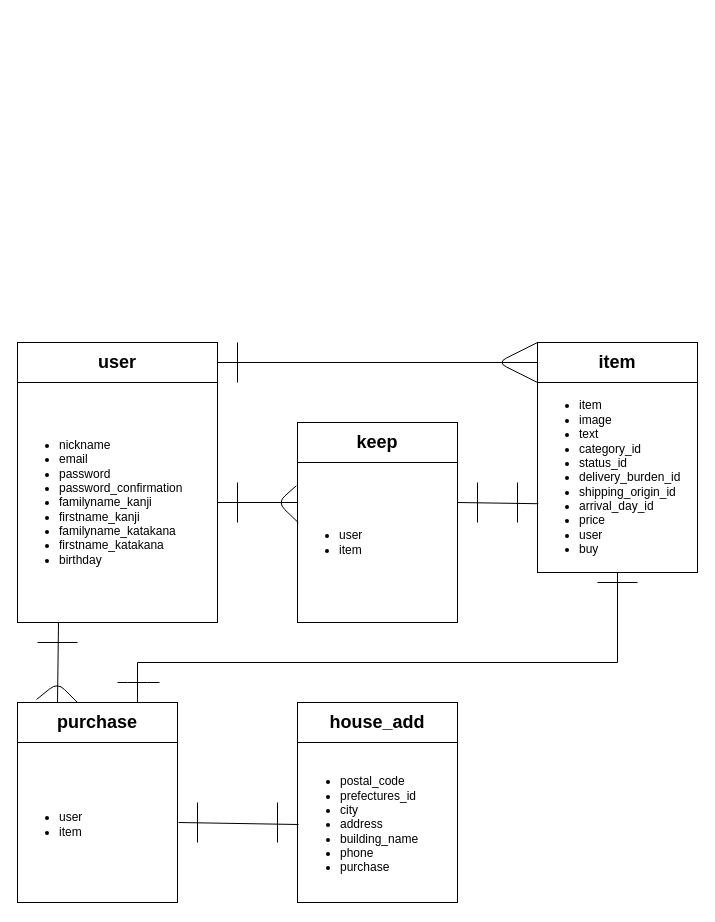
Before: furima.drawio in teruan777/furima_28422, a draw.io diagram. Source tidied: cells renumbered, new cells numbered last; positions are measured from the earlier drawing's top-left corner, leaving out a move shared by most shapes. Both pictures are drawn from the tidied source at 100%, with x=0, y=0 at pixel (17, 342).
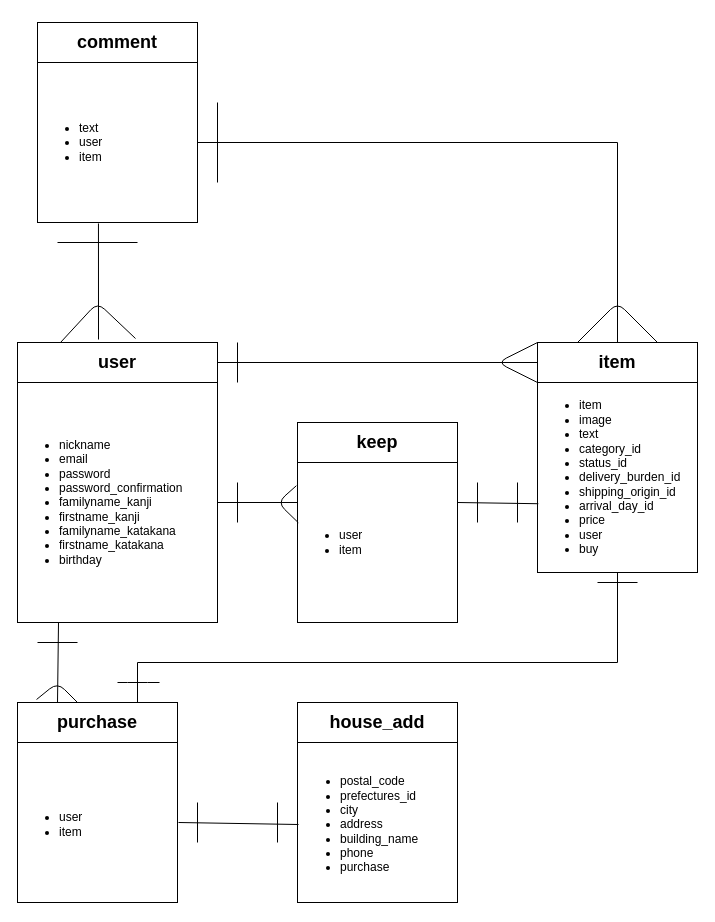
Above is the later version.

Commit message (it also covers changes not shown here):
コメント設計図作成

The change refers to these unchanged cells:
```xml
<mxCell id="5" value="&lt;h2&gt;user&lt;/h2&gt;" style="rounded=0;whiteSpace=wrap;html=1;" parent="1" vertex="1">
  <mxGeometry width="200" height="40" as="geometry" />
</mxCell>
<mxCell id="6" value="&lt;h2&gt;item&lt;/h2&gt;" style="rounded=0;whiteSpace=wrap;html=1;" parent="1" vertex="1">
  <mxGeometry x="520" width="160" height="40" as="geometry" />
</mxCell>
```

The edit, as a diff of the source:
```diff
@@
+    <mxCell id="37" value="&lt;h2&gt;comment&lt;/h2&gt;" style="rounded=0;whiteSpace=wrap;html=1;" parent="1" vertex="1">
+      <mxGeometry x="20" y="-320" width="160" height="40" as="geometry" />
+    </mxCell>
+    <mxCell id="38" style="rounded=0;whiteSpace=wrap;html=1;" parent="1" vertex="1">
+      <mxGeometry x="20" y="-280" width="160" height="160" as="geometry" />
+    </mxCell>
+    <mxCell id="39" value="&lt;ul&gt;&lt;li&gt;text&lt;/li&gt;&lt;li&gt;user&lt;/li&gt;&lt;li&gt;item&lt;/li&gt;&lt;/ul&gt;" style="text;strokeColor=none;fillColor=none;html=1;whiteSpace=wrap;verticalAlign=middle;overflow=hidden;" parent="1" vertex="1">
+      <mxGeometry x="20" y="-280" width="160" height="160" as="geometry" />
+    </mxCell>
+    <mxCell id="40" style="endArrow=none;html=1;entryX=0.381;entryY=1.006;entryDx=0;entryDy=0;entryPerimeter=0;exitX=0.405;exitY=-0.075;exitDx=0;exitDy=0;exitPerimeter=0;" parent="1" edge="1" source="5" target="39">
+      <mxGeometry relative="1" as="geometry" />
+    </mxCell>
+    <mxCell id="41" style="endArrow=none;html=1;entryX=1;entryY=0.5;entryDx=0;entryDy=0;" parent="1" edge="1" target="39">
+      <mxGeometry relative="1" as="geometry">
+        <mxPoint x="600" y="-200" as="sourcePoint" />
+      </mxGeometry>
+    </mxCell>
+    <mxCell id="42" style="endArrow=none;html=1;exitX=0.5;exitY=0;exitDx=0;exitDy=0;" parent="1" edge="1" source="6">
+      <mxGeometry relative="1" as="geometry">
+        <mxPoint x="600" y="-200" as="targetPoint" />
+      </mxGeometry>
+    </mxCell>
+    <mxCell id="43" style="endArrow=none;html=1;entryX=0.215;entryY=0;entryDx=0;entryDy=0;entryPerimeter=0;exitX=0.59;exitY=-0.1;exitDx=0;exitDy=0;exitPerimeter=0;" parent="1" edge="1" source="5" target="5">
+      <mxGeometry relative="1" as="geometry">
+        <Array as="points">
+          <mxPoint x="80" y="-40" />
+        </Array>
+      </mxGeometry>
+    </mxCell>
+    <mxCell id="44" style="endArrow=none;html=1;entryX=0.75;entryY=0;entryDx=0;entryDy=0;exitX=0.25;exitY=0;exitDx=0;exitDy=0;" parent="1" edge="1" source="6" target="6">
+      <mxGeometry relative="1" as="geometry">
+        <Array as="points">
+          <mxPoint x="600" y="-40" />
+        </Array>
+      </mxGeometry>
+    </mxCell>
+    <mxCell id="45" style="endArrow=none;html=1;" parent="1" edge="1">
+      <mxGeometry relative="1" as="geometry">
+        <mxPoint x="40" y="-100" as="sourcePoint" />
+        <mxPoint x="120" y="-100" as="targetPoint" />
+      </mxGeometry>
+    </mxCell>
+    <mxCell id="46" style="endArrow=none;html=1;" parent="1" edge="1">
+      <mxGeometry relative="1" as="geometry">
+        <mxPoint x="200" y="-160" as="sourcePoint" />
+        <mxPoint x="200" y="-240" as="targetPoint" />
+      </mxGeometry>
+    </mxCell>
```
